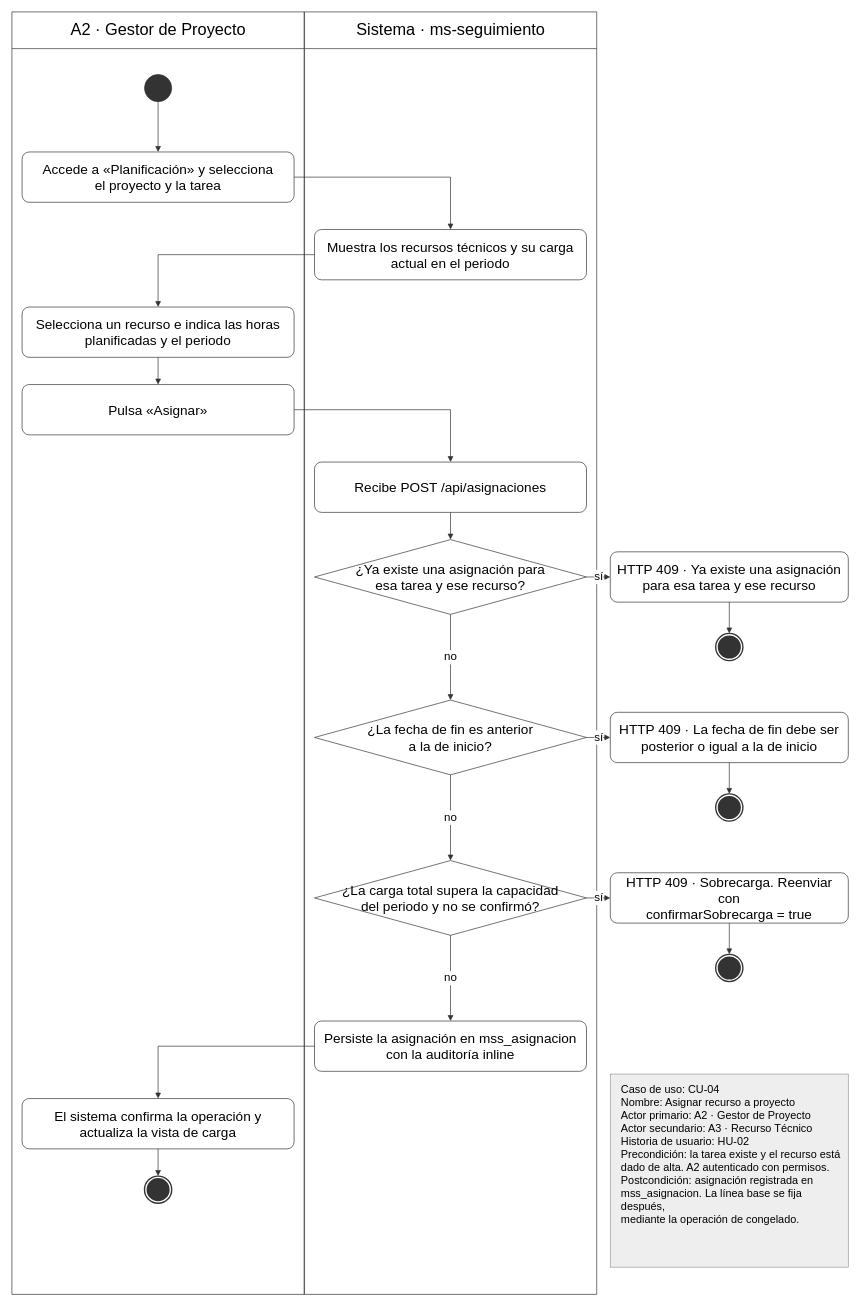
Before: Docs/Diagramas/Actividad/CU-04_Asignar_Recurso_Proyecto.drawio in tfm-missi-2026/orquestacion, a draw.io diagram. Source tidied: cells renumbered, new cells numbered last; positions are measured from the earlier drawing's top-left corner, leaving out a move shared by most shapes. Both pictures are drawn from the tidied source at 68%, with x=0, y=0 at pixel (12, 12).
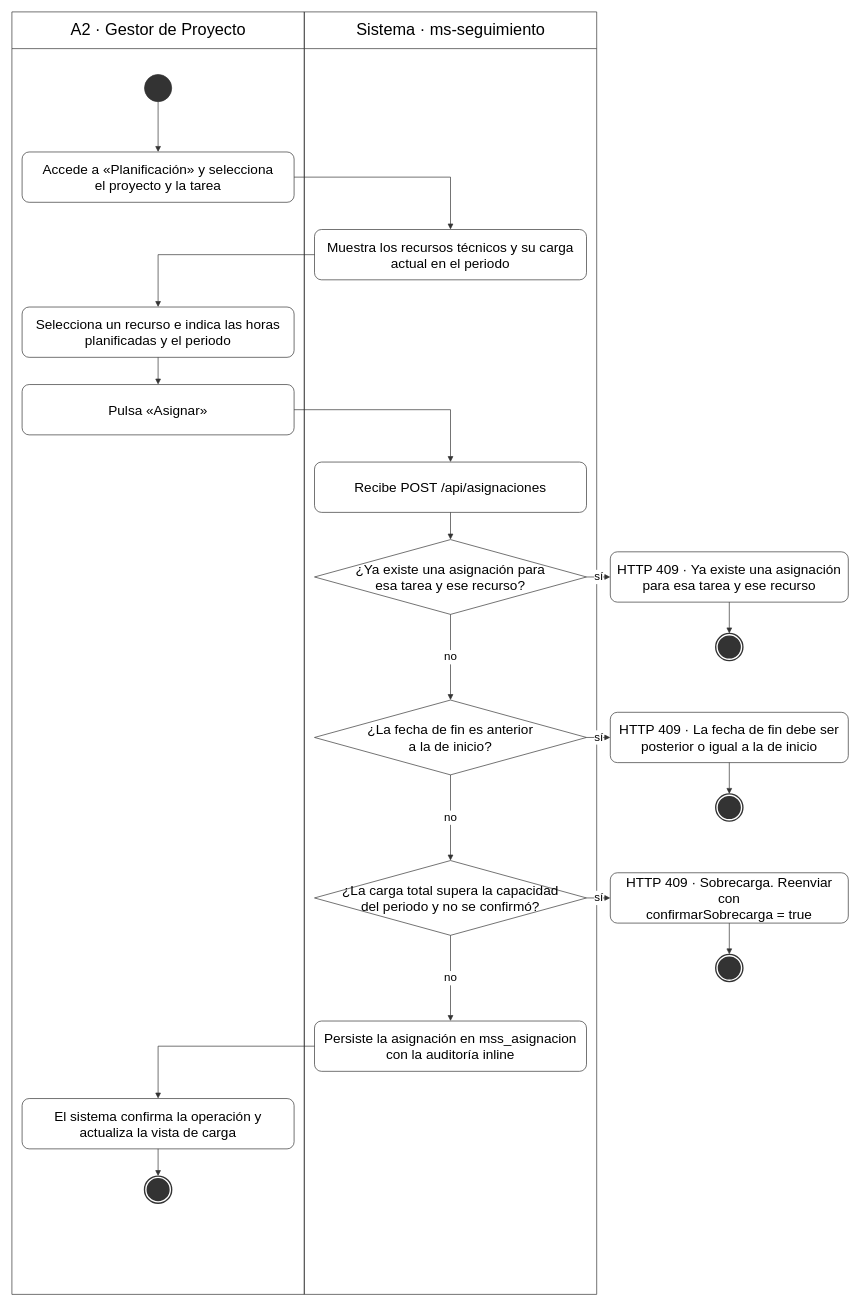
The same diagram, later.

Diff of the diagram source:
```diff
@@
-    <mxCell id="39" value="Caso de uso: CU-04&lt;br&gt;Nombre: Asignar recurso a proyecto&lt;br&gt;Actor primario: A2 · Gestor de Proyecto&lt;br&gt;Actor secundario: A3 · Recurso Técnico&lt;br&gt;Historia de usuario: HU-02&lt;br&gt;Precondición: la tarea existe y el recurso está&lt;br&gt;dado de alta. A2 autenticado con permisos.&lt;br&gt;Postcondición: asignación registrada en&lt;br&gt;mss_asignacion. La línea base se fija después,&lt;br&gt;mediante la operación de congelado." style="rounded=0;whiteSpace=wrap;html=1;fillColor=#EEEEEE;strokeColor=#999999;strokeWidth=1;fontColor=#000000;fontSize=16;align=left;verticalAlign=top;spacingLeft=14;spacingTop=6;shadow=0;" parent="1" vertex="1">
-      <mxGeometry x="880" y="1562" width="350" height="284" as="geometry" />
-    </mxCell>
```
